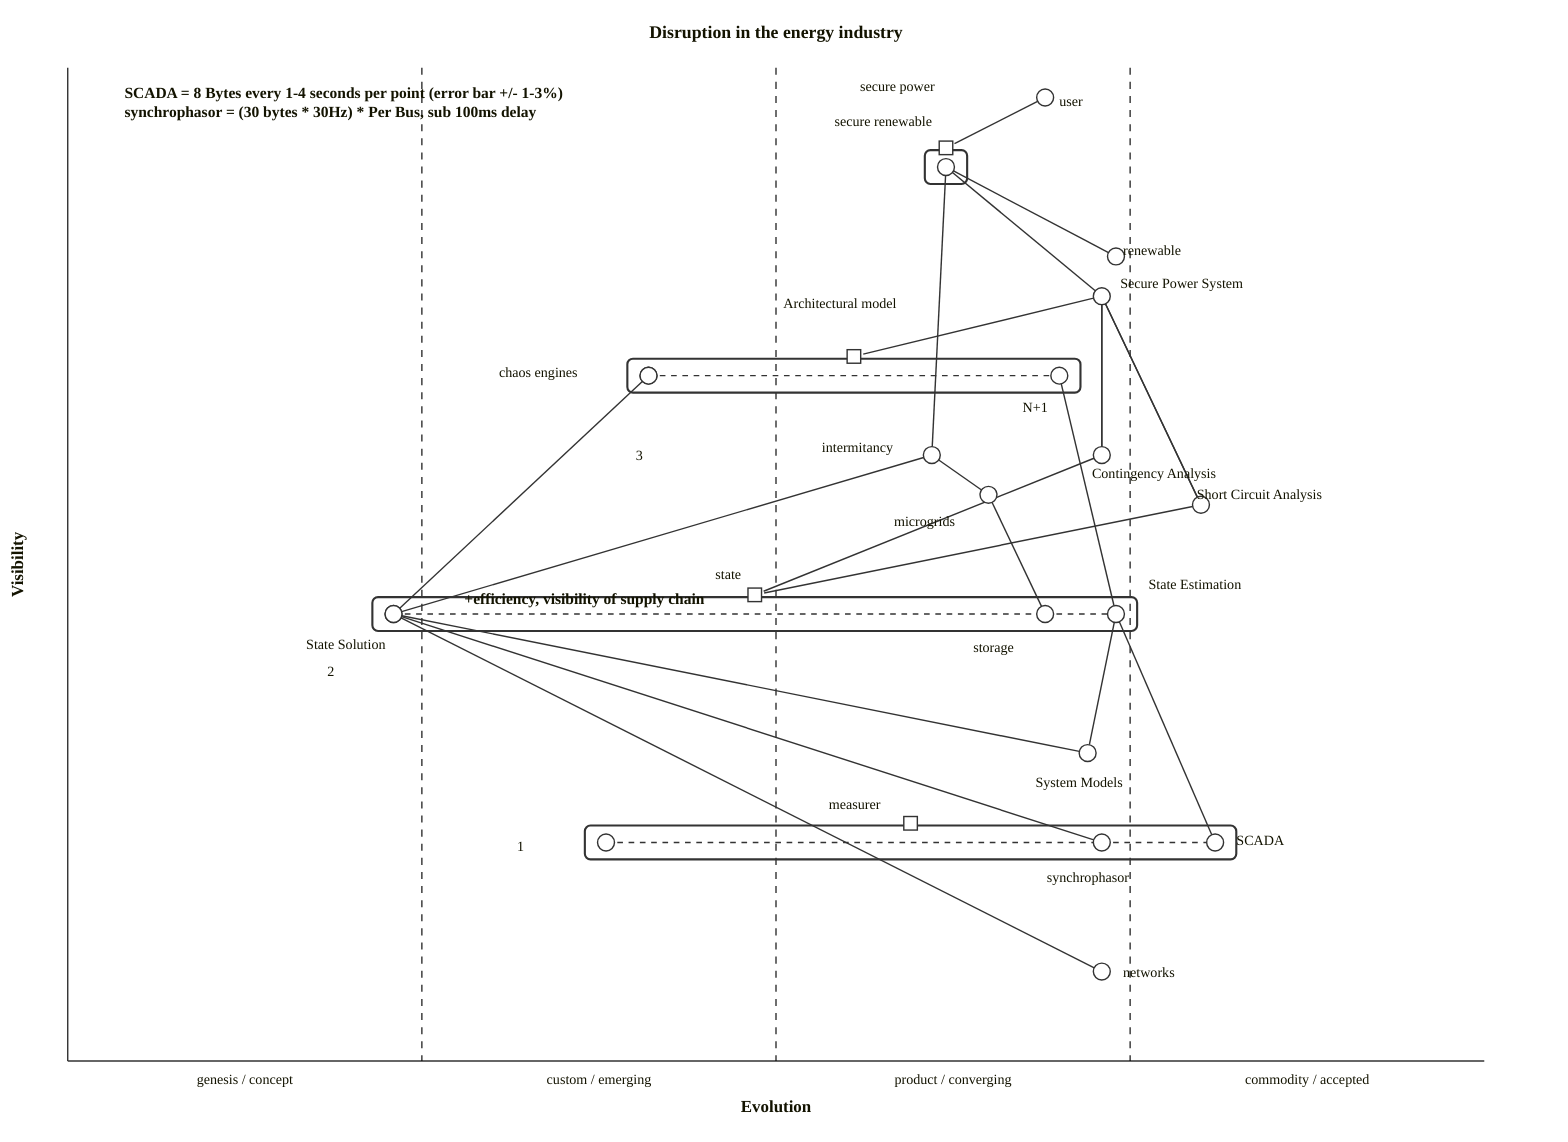
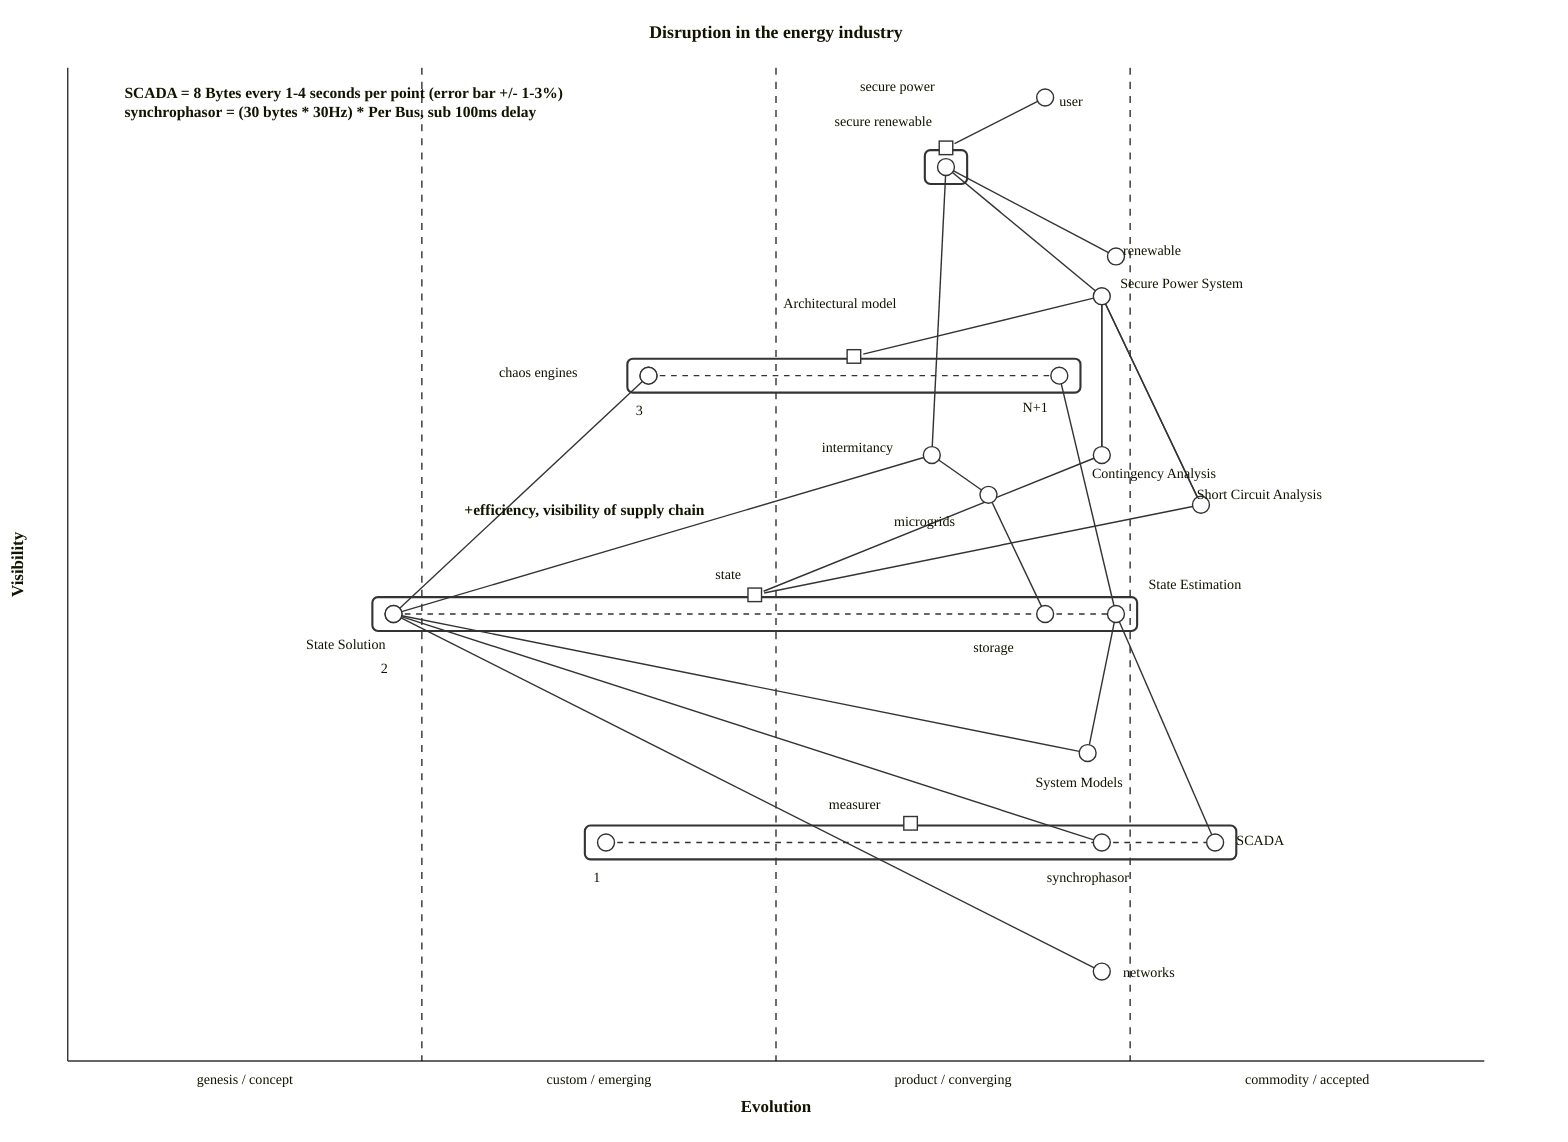
wardley-beta

title Disruption in the energy industry
size [1100, 800]
evolution genesis / concept -> custom / emerging -> product / converging -> commodity / accepted

component Secure Power System [0.77, 0.73] label [13, -6]
component Contingency Analysis [0.61, 0.73] label [-7, 16]
component Short Circuit Analysis [0.56, 0.80] label [-3, -4]
component System Models [0.31, 0.72] label [-37, 24]

evolve "1" 0.72
evolve "2" 0.48
evolve "3" 0.48

component state [0.45, 0.59] label [-28, -11]
pipeline state {
-   component "2" [0.23] label [-47, 44]
+   component "2" [0.23] label [-9, 42]
  component State Solution [0.23] label [-62, 25]
  component storage [0.69] label [-51, 27]
  component State Estimation [0.74] label [23, -18]
}

component renewable [0.81, 0.74] label [5, -1]
component intermitancy [0.61, 0.61] label [-78, -2]
component microgrids [0.57, 0.65] label [-67, 22]
component user [0.97, 0.69] label [10, 6]

component networks [0.09, 0.73] label [15, 4]

component measurer [0.22, 0.63] label [-58, -10]
pipeline measurer {
-   component "1" [0.38] label [-63, 6]
+   component "1" [0.38] label [-9, 28]
  component synchrophasor [0.73] label [-39, 28]
  component SCADA [0.81] label [15, 2]
}

component secure power [0.90, 0.66] label [-61, -40]
pipeline secure power {
  component secure renewable [0.62] label [-79, -29]
}

component Architectural model [0.69, 0.67] label [-50, -34]
pipeline Architectural model {
-   component "3" [0.41] label [-9, 60]
+   component "3" [0.41] label [-9, 28]
  component chaos engines [0.41] label [-106, 1]
  component "N+1" [0.7] label [-26, 26]
}

note "SCADA = 8 Bytes every 1-4 seconds per point (error bar +/- 1-3%)" [0.97, 0.04]
note "synchrophasor = (30 bytes * 30Hz) * Per Bus, sub 100ms delay" [0.95, 0.04]
- note "+efficiency, visibility of supply chain" [0.46, 0.28]
+ note "+efficiency, visibility of supply chain" [0.55, 0.28]

State Estimation -> System Models
State Estimation -> SCADA
Secure Power System -> Contingency Analysis
Secure Power System -> Short Circuit Analysis

State Solution -> System Models
State Solution -> synchrophasor
Contingency Analysis -> state
Short Circuit Analysis -> state
Secure Power System -> Contingency Analysis
Secure Power System -> Short Circuit Analysis
networks -> State Solution
variability -> renewable
variability -> State Solution
intermitancy -> State Solution
microgrids -> intermitancy
secure renewable -> Secure Power System
renewable -> secure renewable
user -> secure power
secure renewable -> intermitancy
microgrids -> storage
Secure Power System -> Architectural model
chaos engines -> "2"
"N+1" -> State Estimation

